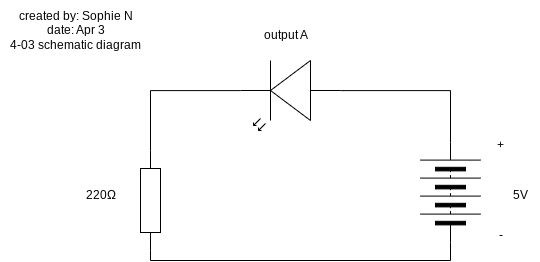
This is unit4-03/unit4-03.png from sophie-nguyen-0/TEJ3M-Unit4, a draw.io export, as it was before one commit. Source tidied: cells renumbered, new cells last; positions are measured from the earlier drawing's top-left corner, leaving out a move shared by most shapes.
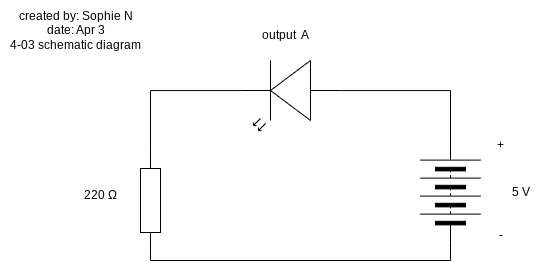
Above is the later version.

What changed in the source:
```diff
@@ -11,8 +11,8 @@
     <mxCell id="4" value="-" style="text;html=1;align=center;verticalAlign=middle;strokeColor=none;fillColor=none;" parent="1" vertex="1">
       <mxGeometry x="485" y="220" width="30" height="30" as="geometry" />
     </mxCell>
-    <mxCell id="5" value="5V" style="text;html=1;align=center;verticalAlign=middle;strokeColor=none;fillColor=none;" parent="1" vertex="1">
-      <mxGeometry x="500" y="180" width="40" height="30" as="geometry" />
+    <mxCell id="5" value="5 V" style="text;html=1;align=center;verticalAlign=middle;strokeColor=none;fillColor=none;" parent="1" vertex="1">
+      <mxGeometry x="500" y="177" width="40" height="30" as="geometry" />
     </mxCell>
     <mxCell id="6" style="verticalLabelPosition=bottom;shadow=0;dashed=0;align=center;html=1;verticalAlign=top;shape=mxgraph.electrical.resistors.resistor_1;rotation=90;" parent="1" vertex="1">
       <mxGeometry x="100" y="190" width="100" height="20" as="geometry" />
@@ -20,7 +20,7 @@
     <mxCell id="7" style="verticalLabelPosition=bottom;shadow=0;dashed=0;align=center;html=1;verticalAlign=top;shape=mxgraph.electrical.opto_electronics.led_2;rotation=-180;" parent="1" vertex="1">
       <mxGeometry x="240" y="60" width="100" height="70" as="geometry" />
     </mxCell>
-    <mxCell id="8" value="output A" style="text;html=1;align=center;verticalAlign=middle;strokeColor=none;fillColor=none;" parent="1" vertex="1">
+    <mxCell id="8" value="output&amp;nbsp; A" style="text;html=1;align=center;verticalAlign=middle;strokeColor=none;fillColor=none;" parent="1" vertex="1">
       <mxGeometry x="250" y="20" width="70" height="30" as="geometry" />
     </mxCell>
     <mxCell id="9" style="edgeStyle=orthogonalEdgeStyle;html=1;entryX=0;entryY=0.57;entryDx=0;entryDy=0;entryPerimeter=0;endArrow=none;endFill=0;rounded=0;curved=0;exitX=1;exitY=0.5;exitDx=0;exitDy=0;" parent="1" edge="1" source="2" target="7">
@@ -32,8 +32,8 @@
     <mxCell id="11" style="edgeStyle=orthogonalEdgeStyle;html=1;exitX=1;exitY=0.57;exitDx=0;exitDy=0;exitPerimeter=0;entryX=0;entryY=0.5;entryDx=0;entryDy=0;entryPerimeter=0;endArrow=none;endFill=0;rounded=0;" parent="1" edge="1" source="7" target="6">
       <mxGeometry relative="1" as="geometry" />
     </mxCell>
-    <mxCell id="12" value="220Ω" style="text;html=1;align=center;verticalAlign=middle;strokeColor=none;fillColor=none;" parent="1" vertex="1">
-      <mxGeometry x="75" y="180" width="50" height="30" as="geometry" />
+    <mxCell id="12" value="220 Ω" style="text;html=1;align=center;verticalAlign=middle;strokeColor=none;fillColor=none;" parent="1" vertex="1">
+      <mxGeometry x="70" y="180" width="60" height="30" as="geometry" />
     </mxCell>
     <mxCell id="13" value="created by: Sophie N&lt;div&gt;date: Apr 3&lt;/div&gt;&lt;div&gt;4-03 schematic diagram&lt;/div&gt;" style="text;html=1;align=center;verticalAlign=middle;strokeColor=none;fillColor=none;" parent="1" vertex="1">
       <mxGeometry width="150" height="60" as="geometry" />
```
